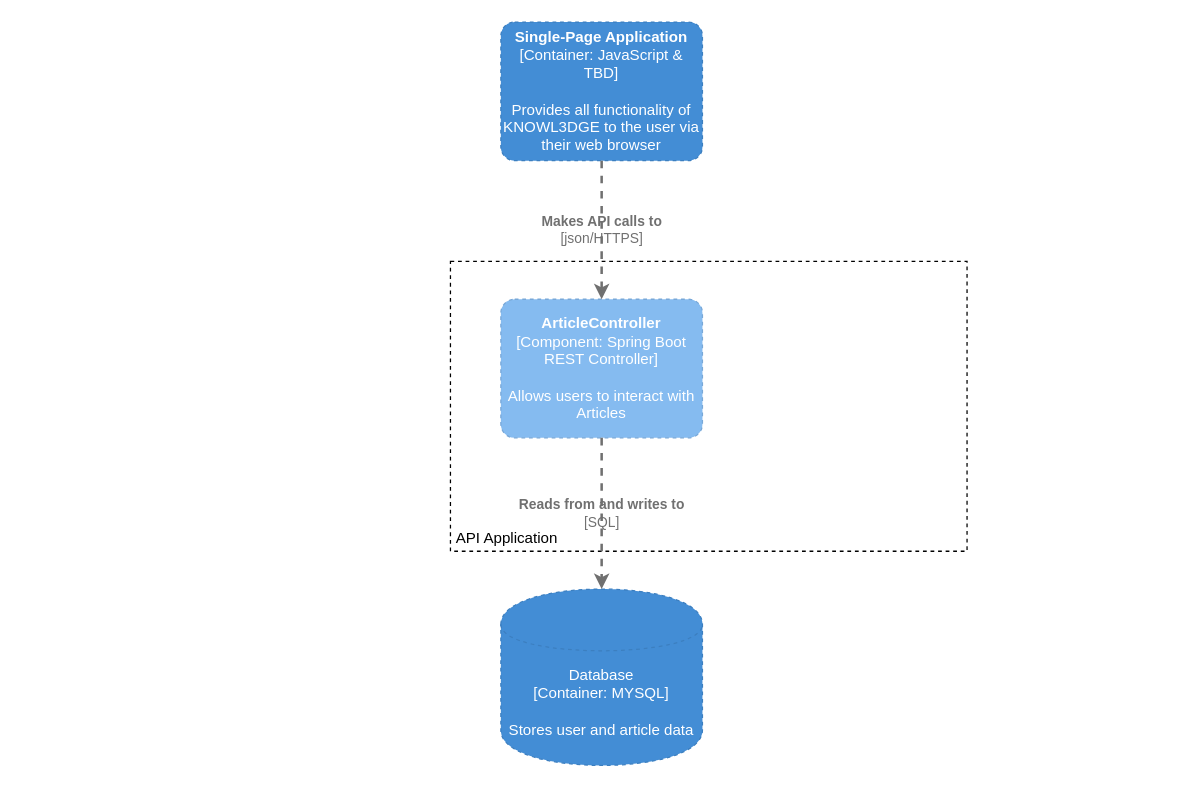
Earlier version of the draw.io diagram documentation/diagrams/knowl3dge-components.drawio (MPFGlaser/knowl3dge). Source tidied: cells renumbered, new cells numbered last; positions are measured from the earlier drawing's top-left corner, leaving out a move shared by most shapes. Both pictures are drawn from the tidied source at 126%, with x=0, y=0 at pixel (450, 21).
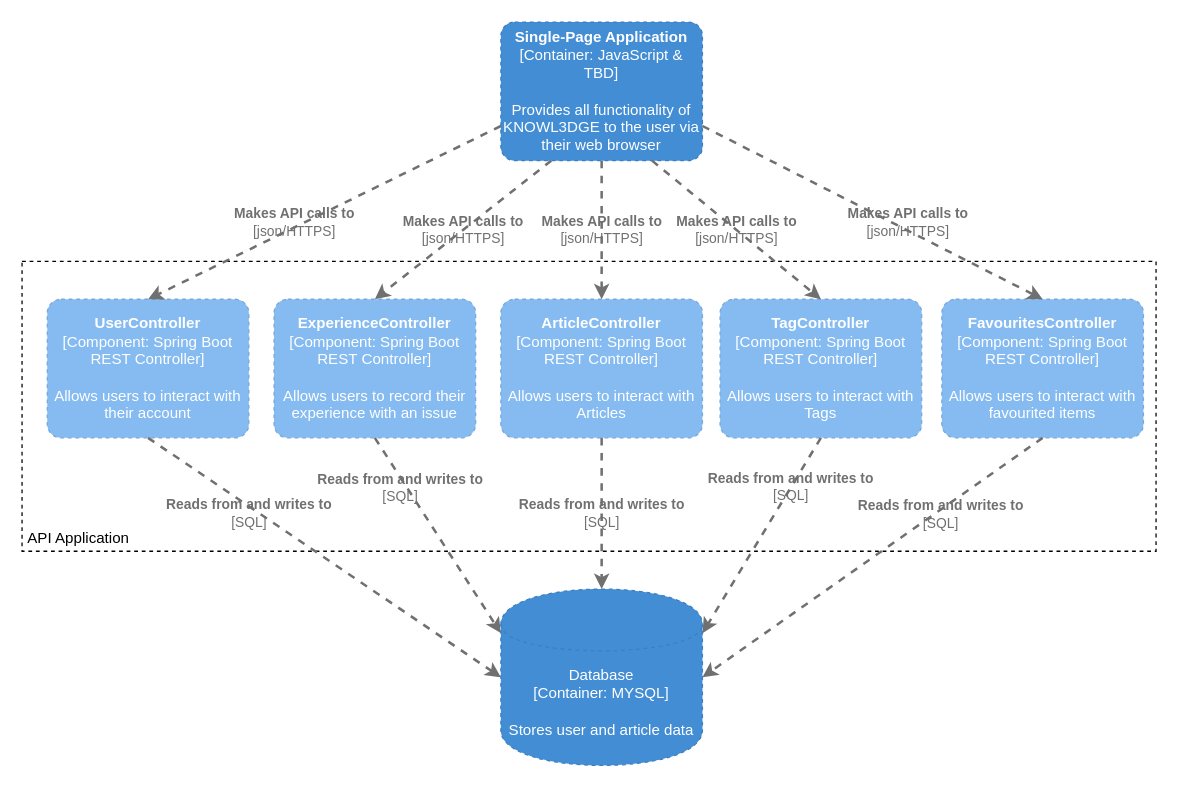
The same diagram, later.

Commit message (it also covers changes not shown here):
Resolve KNOW-24 "C4 diagrams"

The change refers to these unchanged cells:
```xml
<object id="2" label="&lt;b&gt;%c4Name%&lt;/b&gt;&lt;div&gt;[%c4Type%: %c4Technology%]&lt;/div&gt;&lt;br&gt;&lt;div&gt;%c4Description%&lt;/div&gt;" c4Description="Provides all functionality of KNOWL3DGE to the user via their web browser" c4Name="Single-Page Application" c4Technology="JavaScript &amp; TBD" c4Type="Container" placeholders="1">
  <mxCell style="rounded=1;whiteSpace=wrap;html=1;labelBackgroundColor=none;fillColor=#438DD5;fontColor=#ffffff;align=center;arcSize=10;strokeColor=#3C7FC0;metaData={&quot;c4Type&quot;:{&quot;editable&quot;:false}};points=[[0.25,0,0],[0.5,0,0],[0.75,0,0],[1,0.25,0],[1,0.5,0],[1,0.75,0],[0.75,1,0],[0.5,1,0],[0.25,1,0],[0,0.75,0],[0,0.5,0],[0,0.25,0]];shadow=0;glass=0;dashed=1;sketch=0;" parent="1" vertex="1">
    <mxGeometry x="40" width="160" height="110" as="geometry" />
  </mxCell>
</object>
<object id="5" label="%c4Type%&lt;div&gt;[Container:&amp;nbsp;%c4Technology%]&lt;/div&gt;&lt;br&gt;&lt;div&gt;%c4Description%&lt;/div&gt;" c4Description="Stores user and article data" c4Technology="MYSQL" c4Type="Database" placeholders="1">
  <mxCell style="shape=cylinder;whiteSpace=wrap;html=1;boundedLbl=1;rounded=0;labelBackgroundColor=none;fillColor=#438DD5;fontSize=12;fontColor=#ffffff;align=center;strokeColor=#3C7FC0;points=[[0.5,0,0],[1,0.25,0],[1,0.5,0],[1,0.75,0],[0.5,1,0],[0,0.75,0],[0,0.5,0],[0,0.25,0]];metaData={&quot;c4Type&quot;:{&quot;editable&quot;:false}};shadow=0;glass=0;dashed=1;sketch=0;" parent="1" vertex="1">
    <mxGeometry x="40" y="450" width="160" height="140" as="geometry" />
  </mxCell>
</object>
```

Change to the diagram source:
```diff
@@
     <mxCell id="3" style="rounded=0;whiteSpace=wrap;html=1;fillColor=none;dashed=1;" parent="1" vertex="1">
-      <mxGeometry y="190" width="410" height="230" as="geometry" />
+      <mxGeometry x="-340" y="190" width="900" height="230" as="geometry" />
     </mxCell>
@@
     <mxCell id="7" value="API Application" style="text;html=1;strokeColor=none;fillColor=none;align=center;verticalAlign=middle;whiteSpace=wrap;rounded=0;dashed=1;" parent="1" vertex="1">
-      <mxGeometry y="400" width="90" height="20" as="geometry" />
+      <mxGeometry x="-340" y="400" width="90" height="20" as="geometry" />
     </mxCell>
@@
+    <object id="9" label="&lt;b&gt;%c4Name%&lt;/b&gt;&lt;div&gt;[%c4Type%: %c4Technology%]&lt;/div&gt;&lt;br&gt;&lt;div&gt;%c4Description%&lt;/div&gt;" c4Description="Allows users to interact with Tags" c4Name="TagController" c4Technology="Spring Boot REST Controller" c4Type="Component" placeholders="1">
+      <mxCell style="rounded=1;whiteSpace=wrap;html=1;labelBackgroundColor=none;fillColor=#85BBF0;fontColor=#ffffff;align=center;arcSize=10;strokeColor=#78A8D8;metaData={&quot;c4Type&quot;:{&quot;editable&quot;:false}};points=[[0.25,0,0],[0.5,0,0],[0.75,0,0],[1,0.25,0],[1,0.5,0],[1,0.75,0],[0.75,1,0],[0.5,1,0],[0.25,1,0],[0,0.75,0],[0,0.5,0],[0,0.25,0]];dashed=1;" parent="1" vertex="1">
+        <mxGeometry x="214" y="220" width="160" height="110" as="geometry" />
+      </mxCell>
+    </object>
+    <object id="10" label="&lt;b&gt;%c4Name%&lt;/b&gt;&lt;div&gt;[%c4Type%: %c4Technology%]&lt;/div&gt;&lt;br&gt;&lt;div&gt;%c4Description%&lt;/div&gt;" c4Description="Allows users to interact with their account" c4Name="UserController" c4Technology="Spring Boot REST Controller" c4Type="Component" placeholders="1">
+      <mxCell style="rounded=1;whiteSpace=wrap;html=1;labelBackgroundColor=none;fillColor=#85BBF0;fontColor=#ffffff;align=center;arcSize=10;strokeColor=#78A8D8;metaData={&quot;c4Type&quot;:{&quot;editable&quot;:false}};points=[[0.25,0,0],[0.5,0,0],[0.75,0,0],[1,0.25,0],[1,0.5,0],[1,0.75,0],[0.75,1,0],[0.5,1,0],[0.25,1,0],[0,0.75,0],[0,0.5,0],[0,0.25,0]];dashed=1;" parent="1" vertex="1">
+        <mxGeometry x="-320" y="220" width="160" height="110" as="geometry" />
+      </mxCell>
+    </object>
+    <object id="11" label="&lt;b&gt;%c4Name%&lt;/b&gt;&lt;div&gt;[%c4Type%: %c4Technology%]&lt;/div&gt;&lt;br&gt;&lt;div&gt;%c4Description%&lt;/div&gt;" c4Description="Allows users to interact with favourited items" c4Name="FavouritesController" c4Technology="Spring Boot REST Controller" c4Type="Component" placeholders="1">
+      <mxCell style="rounded=1;whiteSpace=wrap;html=1;labelBackgroundColor=none;fillColor=#85BBF0;fontColor=#ffffff;align=center;arcSize=10;strokeColor=#78A8D8;metaData={&quot;c4Type&quot;:{&quot;editable&quot;:false}};points=[[0.25,0,0],[0.5,0,0],[0.75,0,0],[1,0.25,0],[1,0.5,0],[1,0.75,0],[0.75,1,0],[0.5,1,0],[0.25,1,0],[0,0.75,0],[0,0.5,0],[0,0.25,0]];dashed=1;" parent="1" vertex="1">
+        <mxGeometry x="390" y="220" width="160" height="110" as="geometry" />
+      </mxCell>
+    </object>
+    <object id="12" label="&lt;b&gt;%c4Name%&lt;/b&gt;&lt;div&gt;[%c4Type%: %c4Technology%]&lt;/div&gt;&lt;br&gt;&lt;div&gt;%c4Description%&lt;/div&gt;" c4Description="Allows users to record their experience with an issue" c4Name="ExperienceController" c4Technology="Spring Boot REST Controller" c4Type="Component" placeholders="1">
+      <mxCell style="rounded=1;whiteSpace=wrap;html=1;labelBackgroundColor=none;fillColor=#85BBF0;fontColor=#ffffff;align=center;arcSize=10;strokeColor=#78A8D8;metaData={&quot;c4Type&quot;:{&quot;editable&quot;:false}};points=[[0.25,0,0],[0.5,0,0],[0.75,0,0],[1,0.25,0],[1,0.5,0],[1,0.75,0],[0.75,1,0],[0.5,1,0],[0.25,1,0],[0,0.75,0],[0,0.5,0],[0,0.25,0]];dashed=1;" parent="1" vertex="1">
+        <mxGeometry x="-140" y="220" width="160" height="110" as="geometry" />
+      </mxCell>
+    </object>
+    <object id="13" label="&lt;div style=&quot;text-align: left&quot;&gt;&lt;div style=&quot;text-align: center&quot;&gt;&lt;b&gt;%c4Description%&lt;/b&gt;&lt;/div&gt;&lt;div style=&quot;text-align: center&quot;&gt;[%c4Technology%]&lt;/div&gt;&lt;/div&gt;" c4Description="Makes API calls to" c4Technology="json/HTTPS" placeholders="1">
+      <mxCell style="edgeStyle=none;rounded=0;html=1;entryX=0.5;entryY=0;jettySize=auto;strokeColor=#707070;strokeWidth=2;fontColor=#707070;jumpStyle=none;dashed=1;metaData={&quot;c4Type&quot;:{&quot;editable&quot;:false}};exitX=0.25;exitY=1;exitDx=0;exitDy=0;exitPerimeter=0;entryDx=0;entryDy=0;entryPerimeter=0;labelBackgroundColor=none;" parent="1" edge="1" source="2" target="12">
+        <mxGeometry relative="1" as="geometry" />
+      </mxCell>
+    </object>
+    <object id="14" label="&lt;div style=&quot;text-align: left&quot;&gt;&lt;div style=&quot;text-align: center&quot;&gt;&lt;b&gt;%c4Description%&lt;/b&gt;&lt;/div&gt;&lt;div style=&quot;text-align: center&quot;&gt;[%c4Technology%]&lt;/div&gt;&lt;/div&gt;" c4Description="Makes API calls to" c4Technology="json/HTTPS" placeholders="1">
+      <mxCell style="edgeStyle=none;rounded=0;html=1;entryX=0.5;entryY=0;jettySize=auto;strokeColor=#707070;strokeWidth=2;fontColor=#707070;jumpStyle=none;dashed=1;metaData={&quot;c4Type&quot;:{&quot;editable&quot;:false}};exitX=0;exitY=0.75;exitDx=0;exitDy=0;exitPerimeter=0;entryDx=0;entryDy=0;entryPerimeter=0;labelBackgroundColor=none;" parent="1" edge="1" source="2" target="10">
+        <mxGeometry x="0.16" y="-4" relative="1" as="geometry" />
+      </mxCell>
+    </object>
+    <object id="15" label="&lt;div style=&quot;text-align: left&quot;&gt;&lt;div style=&quot;text-align: center&quot;&gt;&lt;b&gt;%c4Description%&lt;/b&gt;&lt;/div&gt;&lt;div style=&quot;text-align: center&quot;&gt;[%c4Technology%]&lt;/div&gt;&lt;/div&gt;" c4Description="Makes API calls to" c4Technology="json/HTTPS" placeholders="1">
+      <mxCell style="edgeStyle=none;rounded=0;html=1;entryX=0.5;entryY=0;jettySize=auto;strokeColor=#707070;strokeWidth=2;fontColor=#707070;jumpStyle=none;dashed=1;metaData={&quot;c4Type&quot;:{&quot;editable&quot;:false}};exitX=0.75;exitY=1;exitDx=0;exitDy=0;exitPerimeter=0;entryDx=0;entryDy=0;entryPerimeter=0;labelBackgroundColor=none;" parent="1" edge="1" source="2" target="9">
+        <mxGeometry relative="1" as="geometry" />
+      </mxCell>
+    </object>
+    <object id="16" label="&lt;div style=&quot;text-align: left&quot;&gt;&lt;div style=&quot;text-align: center&quot;&gt;&lt;b&gt;%c4Description%&lt;/b&gt;&lt;/div&gt;&lt;div style=&quot;text-align: center&quot;&gt;[%c4Technology%]&lt;/div&gt;&lt;/div&gt;" c4Description="Makes API calls to" c4Technology="json/HTTPS" placeholders="1">
+      <mxCell style="edgeStyle=none;rounded=0;html=1;entryX=0.5;entryY=0;jettySize=auto;strokeColor=#707070;strokeWidth=2;fontColor=#707070;jumpStyle=none;dashed=1;metaData={&quot;c4Type&quot;:{&quot;editable&quot;:false}};exitX=1;exitY=0.75;exitDx=0;exitDy=0;exitPerimeter=0;entryDx=0;entryDy=0;entryPerimeter=0;labelBackgroundColor=none;" parent="1" edge="1" source="2" target="11">
+        <mxGeometry x="0.19" y="6" relative="1" as="geometry" />
+      </mxCell>
+    </object>
+    <object id="17" label="&lt;div style=&quot;text-align: left&quot;&gt;&lt;div style=&quot;text-align: center&quot;&gt;&lt;b&gt;%c4Description%&lt;/b&gt;&lt;/div&gt;&lt;div style=&quot;text-align: center&quot;&gt;[%c4Technology%]&lt;/div&gt;&lt;/div&gt;" c4Description="Reads from and writes to" c4Technology="SQL" placeholders="1">
+      <mxCell style="edgeStyle=none;rounded=0;html=1;entryX=1;entryY=0.25;jettySize=auto;strokeColor=#707070;strokeWidth=2;fontColor=#707070;jumpStyle=none;dashed=1;metaData={&quot;c4Type&quot;:{&quot;editable&quot;:false}};entryDx=0;entryDy=0;entryPerimeter=0;exitX=0.5;exitY=1;exitDx=0;exitDy=0;exitPerimeter=0;labelBackgroundColor=none;" parent="1" edge="1" source="9" target="5">
+        <mxGeometry x="-0.49" relative="1" as="geometry" />
+      </mxCell>
+    </object>
+    <object id="18" label="&lt;div style=&quot;text-align: left&quot;&gt;&lt;div style=&quot;text-align: center&quot;&gt;&lt;b&gt;%c4Description%&lt;/b&gt;&lt;/div&gt;&lt;div style=&quot;text-align: center&quot;&gt;[%c4Technology%]&lt;/div&gt;&lt;/div&gt;" c4Description="Reads from and writes to" c4Technology="SQL" placeholders="1">
+      <mxCell style="edgeStyle=none;rounded=0;html=1;entryX=1;entryY=0.5;jettySize=auto;strokeColor=#707070;strokeWidth=2;fontColor=#707070;jumpStyle=none;dashed=1;metaData={&quot;c4Type&quot;:{&quot;editable&quot;:false}};entryDx=0;entryDy=0;entryPerimeter=0;exitX=0.5;exitY=1;exitDx=0;exitDy=0;exitPerimeter=0;labelBackgroundColor=none;" parent="1" edge="1" source="11" target="5">
+        <mxGeometry x="-0.39" y="3" relative="1" as="geometry" />
+      </mxCell>
+    </object>
+    <object id="19" label="&lt;div style=&quot;text-align: left&quot;&gt;&lt;div style=&quot;text-align: center&quot;&gt;&lt;b&gt;%c4Description%&lt;/b&gt;&lt;/div&gt;&lt;div style=&quot;text-align: center&quot;&gt;[%c4Technology%]&lt;/div&gt;&lt;/div&gt;" c4Description="Reads from and writes to" c4Technology="SQL" placeholders="1">
+      <mxCell style="edgeStyle=none;rounded=0;html=1;entryX=0;entryY=0.25;jettySize=auto;strokeColor=#707070;strokeWidth=2;fontColor=#707070;jumpStyle=none;dashed=1;metaData={&quot;c4Type&quot;:{&quot;editable&quot;:false}};entryDx=0;entryDy=0;entryPerimeter=0;exitX=0.5;exitY=1;exitDx=0;exitDy=0;exitPerimeter=0;labelBackgroundColor=none;" parent="1" edge="1" source="12" target="5">
+        <mxGeometry x="-0.52" y="-5" relative="1" as="geometry" />
+      </mxCell>
+    </object>
+    <object id="20" label="&lt;div style=&quot;text-align: left&quot;&gt;&lt;div style=&quot;text-align: center&quot;&gt;&lt;b&gt;%c4Description%&lt;/b&gt;&lt;/div&gt;&lt;div style=&quot;text-align: center&quot;&gt;[%c4Technology%]&lt;/div&gt;&lt;/div&gt;" c4Description="Reads from and writes to" c4Technology="SQL" placeholders="1">
+      <mxCell style="edgeStyle=none;rounded=0;html=1;entryX=0;entryY=0.5;jettySize=auto;strokeColor=#707070;strokeWidth=2;fontColor=#707070;jumpStyle=none;dashed=1;metaData={&quot;c4Type&quot;:{&quot;editable&quot;:false}};entryDx=0;entryDy=0;entryPerimeter=0;exitX=0.5;exitY=1;exitDx=0;exitDy=0;exitPerimeter=0;labelBackgroundColor=none;" parent="1" edge="1" source="10" target="5">
+        <mxGeometry x="-0.41" y="-5" relative="1" as="geometry" />
+      </mxCell>
+    </object>
```
